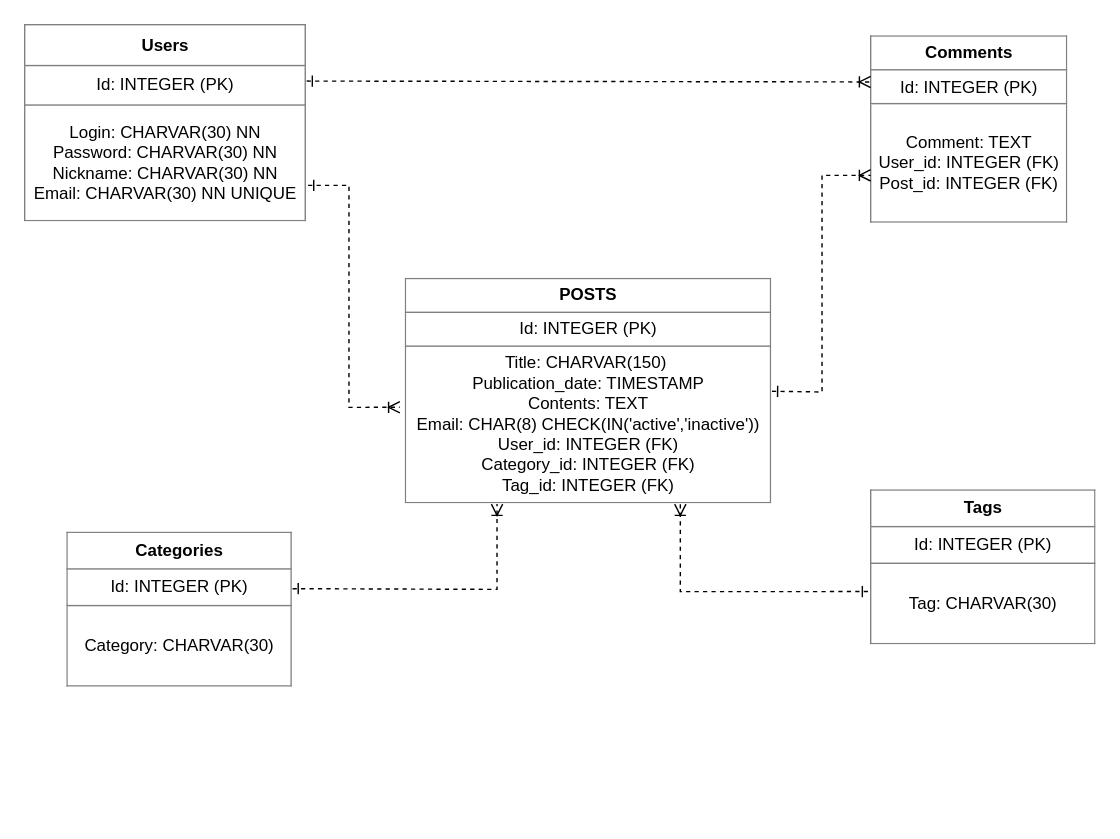
Above: Blogs Platzi.drawio in julianbarr368/Introduccion_base_datos (draw.io), before the change. Source tidied: cells renumbered, new cells numbered last; positions are measured from the earlier drawing's top-left corner, leaving out a move shared by most shapes. Both pictures are drawn from the tidied source at 141%, with x=0, y=0 at pixel (24, 24).
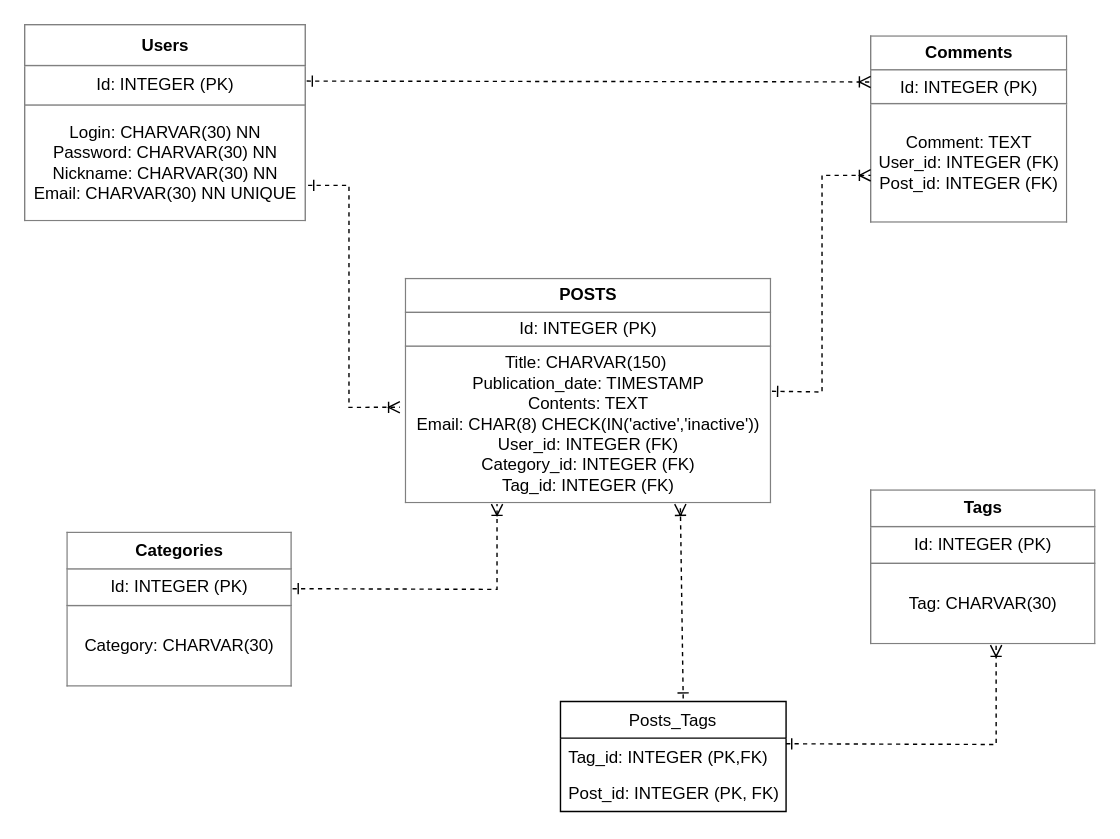
The same page after the edit.

Unchanged cells that the change refers to:
```xml
<mxCell id="6" value="&lt;table border=&quot;1&quot; width=&quot;100%&quot; height=&quot;100%&quot; cellpadding=&quot;4&quot; style=&quot;width:100%;height:100%;border-collapse:collapse;&quot;&gt;&lt;tbody&gt;&lt;tr&gt;&lt;th align=&quot;center&quot;&gt;Tags&lt;/th&gt;&lt;/tr&gt;&lt;tr&gt;&lt;td align=&quot;center&quot;&gt;Id: INTEGER (PK)&lt;/td&gt;&lt;/tr&gt;&lt;tr&gt;&lt;td align=&quot;center&quot;&gt;&lt;br&gt;Tag: CHARVAR(30)&lt;br&gt;&lt;br&gt;&lt;/td&gt;&lt;/tr&gt;&lt;/tbody&gt;&lt;/table&gt;" style="text;html=1;strokeColor=none;fillColor=none;overflow=fill;" parent="1" vertex="1">
  <mxGeometry x="600" y="330" width="160" height="110" as="geometry" />
</mxCell>
```

What changed in the source:
```diff
@@
-    <mxCell id="11" style="edgeStyle=orthogonalEdgeStyle;fontSize=12;html=1;endArrow=ERoneToMany;startArrow=ERone;rounded=0;dashed=1;startFill=0;entryX=0.25;entryY=1;entryDx=0;entryDy=0;exitX=-0.012;exitY=0.655;exitDx=0;exitDy=0;exitPerimeter=0;" parent="1" edge="1" source="6">
-      <mxGeometry relative="1" as="geometry">
-        <mxPoint x="465" y="340" as="targetPoint" />
-        <Array as="points">
-          <mxPoint x="465" y="402" />
-        </Array>
-      </mxGeometry>
-    </mxCell>
+    <mxCell id="12" value="Posts_Tags" style="swimlane;fontStyle=0;horizontal=1;startSize=26;fillColor=none;" parent="1" vertex="1">
+      <mxGeometry x="380" y="480" width="160" height="78" as="geometry" />
+    </mxCell>
+    <mxCell id="13" value="Tag_id: INTEGER (PK,FK)" style="text;strokeColor=none;fillColor=none;align=left;verticalAlign=top;spacingLeft=4;spacingRight=4;overflow=hidden;" parent="12" vertex="1">
+      <mxGeometry y="26" width="160" height="26" as="geometry" />
+    </mxCell>
+    <mxCell id="14" value="Post_id: INTEGER (PK, FK)" style="text;strokeColor=none;fillColor=none;align=left;verticalAlign=top;spacingLeft=4;spacingRight=4;overflow=hidden;" parent="12" vertex="1">
+      <mxGeometry y="52" width="160" height="26" as="geometry" />
+    </mxCell>
+    <mxCell id="15" style="fontSize=12;html=1;endArrow=ERoneToMany;startArrow=ERone;rounded=0;exitX=0.544;exitY=-0.026;exitDx=0;exitDy=0;dashed=1;startFill=0;entryX=0.25;entryY=1;entryDx=0;entryDy=0;exitPerimeter=0;" parent="1" edge="1" source="12">
+      <mxGeometry relative="1" as="geometry">
+        <mxPoint x="465" y="340" as="targetPoint" />
+      </mxGeometry>
+    </mxCell>
+    <mxCell id="16" style="edgeStyle=orthogonalEdgeStyle;fontSize=12;html=1;endArrow=ERoneToMany;startArrow=ERone;rounded=0;exitX=1.005;exitY=0.814;exitDx=0;exitDy=0;exitPerimeter=0;dashed=1;startFill=0;entryX=0.556;entryY=1;entryDx=0;entryDy=0;entryPerimeter=0;" parent="1" edge="1" target="6">
+      <mxGeometry relative="1" as="geometry">
+        <mxPoint x="540" y="510" as="sourcePoint" />
+      </mxGeometry>
+    </mxCell>
```
